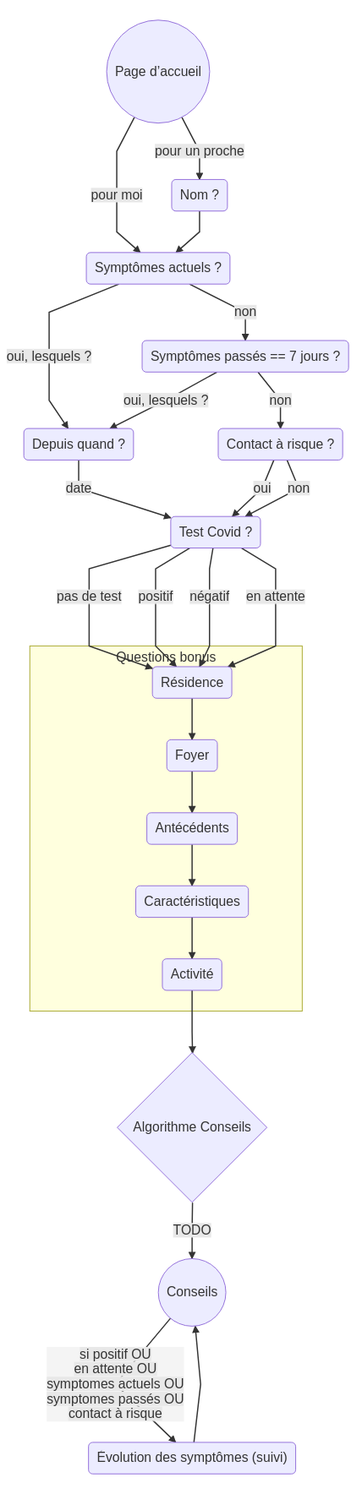
Delegation-numerique-en-sante/mesconseilscovid keeps this Mermaid diagram as diagrammes/parcours-symptomes-first.png. Above is the earlier version. Its source is kept beside it as diagrammes/parcours-symptomes-first.mermaid. The source it was exported from:
```mermaid
graph TD
    introduction(("Page d’accueil")) -->|pour moi| symptomesactuels
    introduction(("Page d’accueil")) -->|pour un proche| nom

    nom("Nom ?") --> symptomesactuels

    symptomesactuels("Symptômes actuels ?")
    symptomesactuels -->|"oui, lesquels ?"| debutsymptomes
    symptomesactuels -->|non| symptomespasses

    symptomespasses("Symptômes passés == 7 jours ?")
    symptomespasses -->|oui, lesquels ?| debutsymptomes
    symptomespasses -->|non| contactarisque

    debutsymptomes("Depuis quand ?")
    debutsymptomes -->|date| depistage

    contactarisque("Contact à risque ?")
    contactarisque -->|oui| depistage
    contactarisque -->|non| depistage

    depistage("Test Covid ?")
    depistage --->|pas de test| residence
    depistage --->|positif| residence
    depistage --->|négatif| residence
    depistage --->|en attente| residence

    subgraph Questions bonus
    residence("Résidence") --> foyer("Foyer") --> antecedents("Antécédents") --> caracteristiques("Caractéristiques") --> activitepro("Activité")
    end

    activitepro --> algorithmeconseils

    algorithmeconseils{Algorithme Conseils}

    algorithmeconseils -->|TODO| conseils(("Conseils"))

    conseils -->|"si positif OU<br> en attente OU<br> symptomes actuels OU<br> symptomes passés OU<br> contact à risque"|suivisymptomes

    suivisymptomes("Évolution des symptômes (suivi)") --> conseils
```
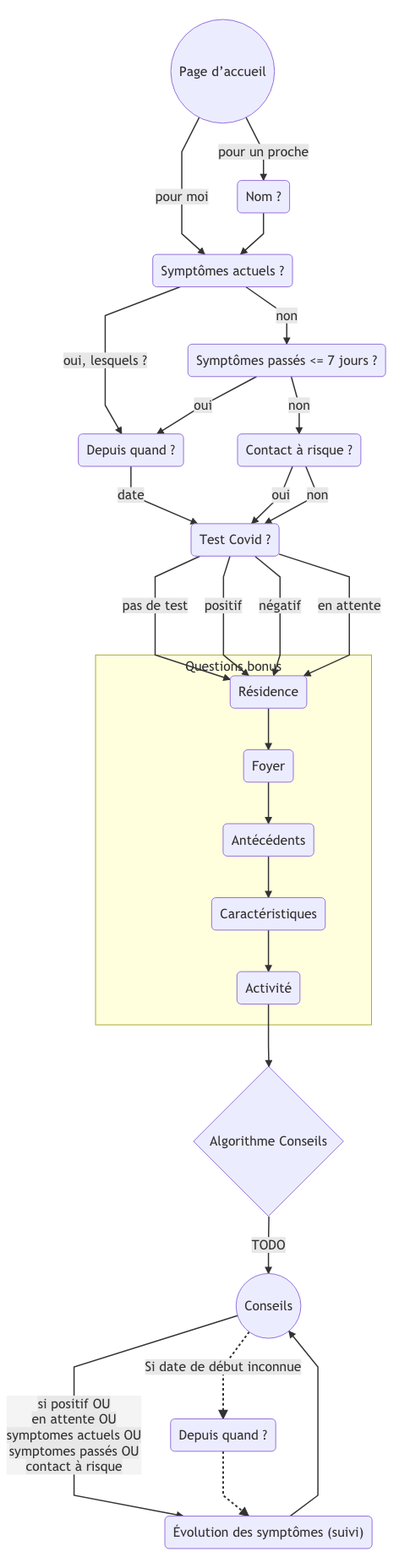
After the commit.

Commit message:
Met à jour le diagramme du parcours symptomes first

Change to the diagram source:
```diff
@@ -8,8 +8,8 @@
     symptomesactuels -->|"oui, lesquels ?"| debutsymptomes
     symptomesactuels -->|non| symptomespasses
 
-    symptomespasses("Symptômes passés == 7 jours ?")
-    symptomespasses -->|oui, lesquels ?| debutsymptomes
+    symptomespasses("Symptômes passés <= 7 jours ?")
+    symptomespasses -->|oui| debutsymptomes
     symptomespasses -->|non| contactarisque
 
     debutsymptomes("Depuis quand ?")
@@ -35,6 +35,14 @@
 
     algorithmeconseils -->|TODO| conseils(("Conseils"))
 
-    conseils -->|"si positif OU<br> en attente OU<br> symptomes actuels OU<br> symptomes passés OU<br> contact à risque"|suivisymptomes
+    conseils -->|"si positif OU<br> en attente OU<br> symptomes actuels OU<br> symptomes passés OU<br> contact à risque"|debutconnu
 
-    suivisymptomes("Évolution des symptômes (suivi)") --> conseils
+    debutconnu("Date de début connue")
+
+    subgraph Suivi
+        debutsymptomes2("Depuis quand ?")
+        debutconnu -->|oui| suivisymptomes
+        debutconnu -->|non| debutsymptomes2
+        debutsymptomes2 --> suivisymptomes
+    end
+
```
